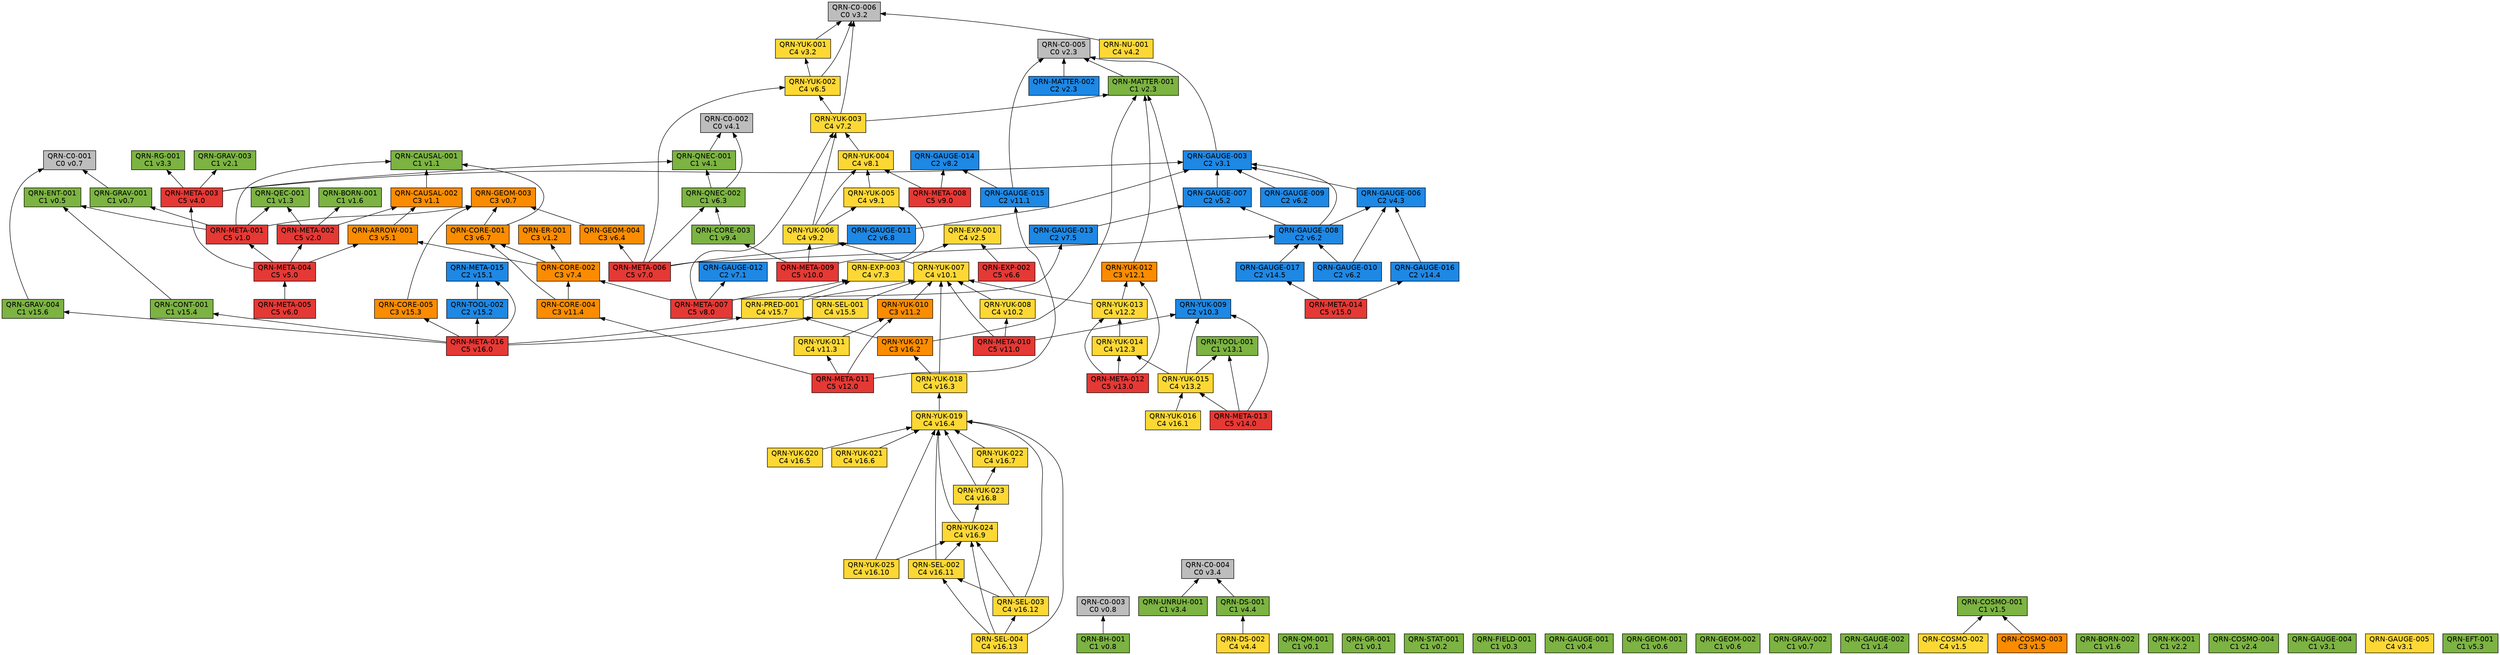
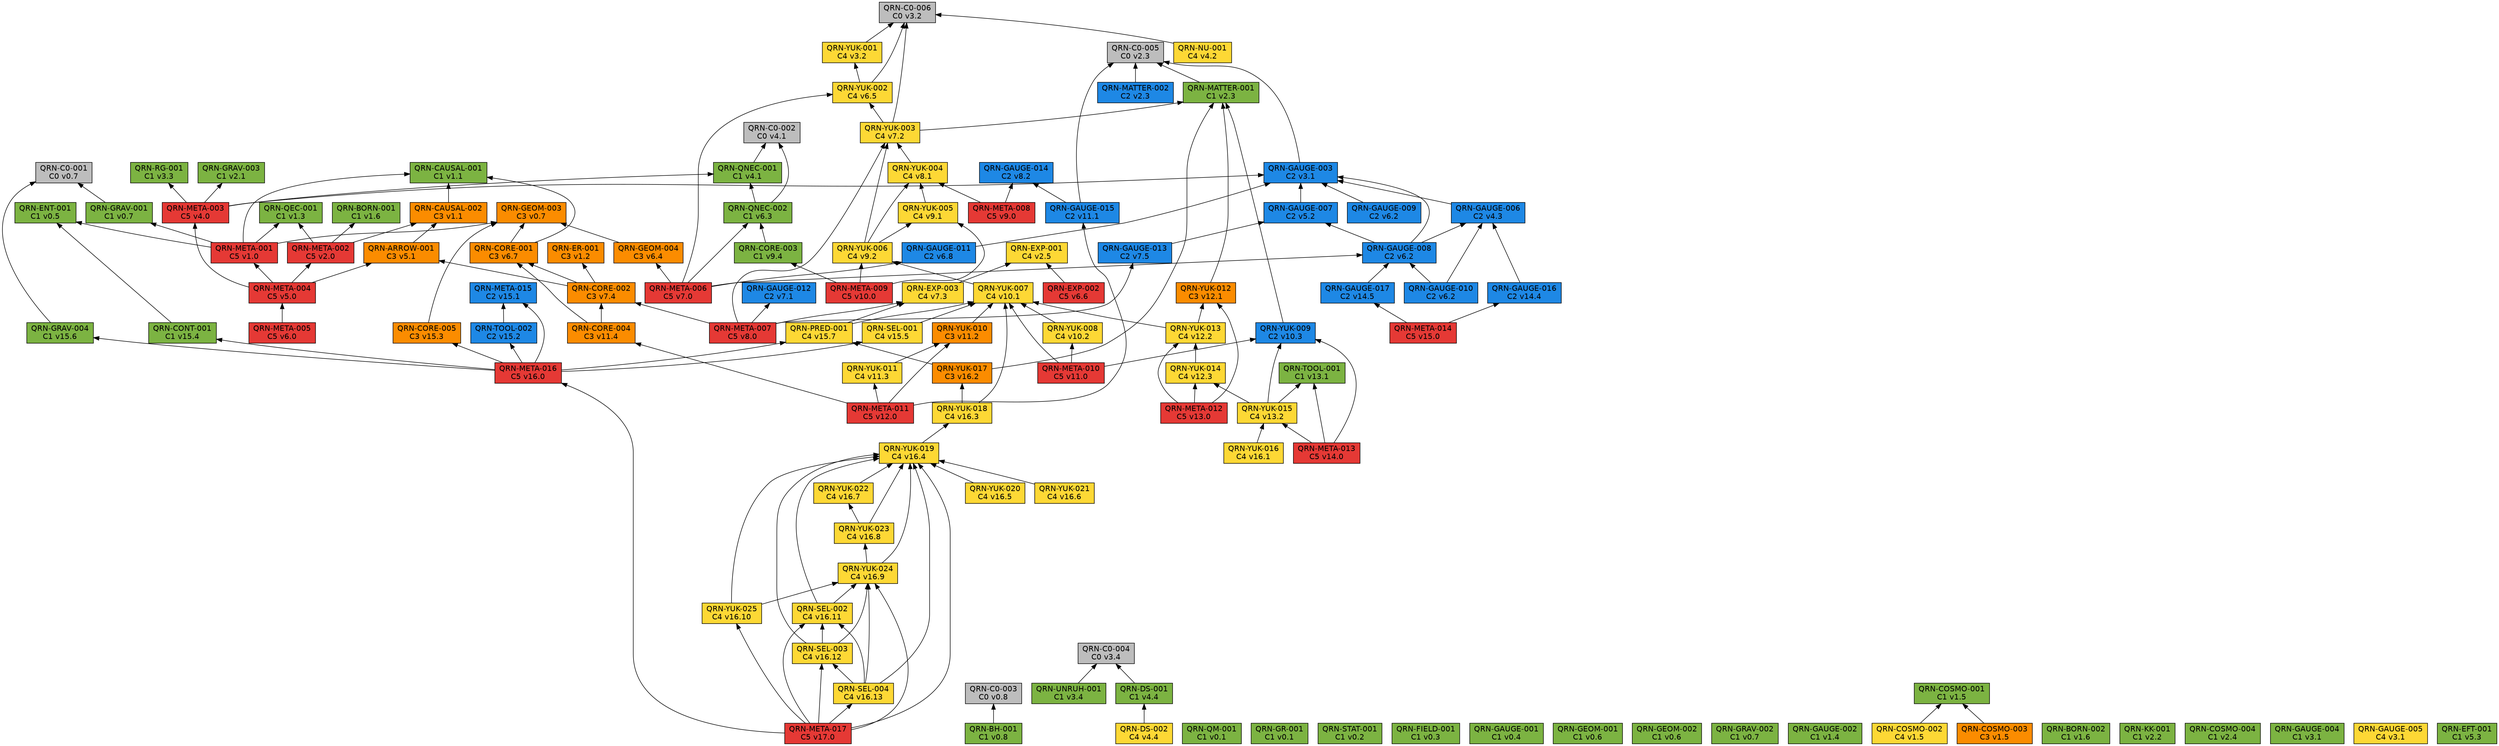
// 自動生成 (dag/report.pl) — QRN 主張依存グラフ
digraph qrn {
  rankdir=BT;
  node [shape=box, style=filled, fontname="Helvetica"];
  "QRN-C0-001" [fillcolor="#bdbdbd", label="QRN-C0-001\nC0 v0.7"];
  "QRN-C0-002" [fillcolor="#bdbdbd", label="QRN-C0-002\nC0 v4.1"];
  "QRN-C0-003" [fillcolor="#bdbdbd", label="QRN-C0-003\nC0 v0.8"];
  "QRN-C0-004" [fillcolor="#bdbdbd", label="QRN-C0-004\nC0 v3.4"];
  "QRN-C0-005" [fillcolor="#bdbdbd", label="QRN-C0-005\nC0 v2.3"];
  "QRN-C0-006" [fillcolor="#bdbdbd", label="QRN-C0-006\nC0 v3.2"];
  "QRN-QM-001" [fillcolor="#7cb342", label="QRN-QM-001\nC1 v0.1"];
  "QRN-GR-001" [fillcolor="#7cb342", label="QRN-GR-001\nC1 v0.1"];
  "QRN-STAT-001" [fillcolor="#7cb342", label="QRN-STAT-001\nC1 v0.2"];
  "QRN-FIELD-001" [fillcolor="#7cb342", label="QRN-FIELD-001\nC1 v0.3"];
  "QRN-GAUGE-001" [fillcolor="#7cb342", label="QRN-GAUGE-001\nC1 v0.4"];
  "QRN-ENT-001" [fillcolor="#7cb342", label="QRN-ENT-001\nC1 v0.5"];
  "QRN-GEOM-001" [fillcolor="#7cb342", label="QRN-GEOM-001\nC1 v0.6"];
  "QRN-GEOM-002" [fillcolor="#7cb342", label="QRN-GEOM-002\nC1 v0.6"];
  "QRN-GEOM-003" [fillcolor="#fb8c00", label="QRN-GEOM-003\nC3 v0.7"];
  "QRN-GRAV-001" [fillcolor="#7cb342", label="QRN-GRAV-001\nC1 v0.7"];
  "QRN-GRAV-002" [fillcolor="#7cb342", label="QRN-GRAV-002\nC1 v0.7"];
  "QRN-BH-001" [fillcolor="#7cb342", label="QRN-BH-001\nC1 v0.8"];
  "QRN-CAUSAL-001" [fillcolor="#7cb342", label="QRN-CAUSAL-001\nC1 v1.1"];
  "QRN-CAUSAL-002" [fillcolor="#fb8c00", label="QRN-CAUSAL-002\nC3 v1.1"];
  "QRN-ER-001" [fillcolor="#fb8c00", label="QRN-ER-001\nC3 v1.2"];
  "QRN-QEC-001" [fillcolor="#7cb342", label="QRN-QEC-001\nC1 v1.3"];
  "QRN-GAUGE-002" [fillcolor="#7cb342", label="QRN-GAUGE-002\nC1 v1.4"];
  "QRN-COSMO-001" [fillcolor="#7cb342", label="QRN-COSMO-001\nC1 v1.5"];
  "QRN-COSMO-002" [fillcolor="#fdd835", label="QRN-COSMO-002\nC4 v1.5"];
  "QRN-COSMO-003" [fillcolor="#fb8c00", label="QRN-COSMO-003\nC3 v1.5"];
  "QRN-BORN-001" [fillcolor="#7cb342", label="QRN-BORN-001\nC1 v1.6"];
  "QRN-BORN-002" [fillcolor="#7cb342", label="QRN-BORN-002\nC1 v1.6"];
  "QRN-GRAV-003" [fillcolor="#7cb342", label="QRN-GRAV-003\nC1 v2.1"];
  "QRN-KK-001" [fillcolor="#7cb342", label="QRN-KK-001\nC1 v2.2"];
  "QRN-MATTER-001" [fillcolor="#7cb342", label="QRN-MATTER-001\nC1 v2.3"];
  "QRN-MATTER-002" [fillcolor="#1e88e5", label="QRN-MATTER-002\nC2 v2.3"];
  "QRN-COSMO-004" [fillcolor="#7cb342", label="QRN-COSMO-004\nC1 v2.4"];
  "QRN-EXP-001" [fillcolor="#fdd835", label="QRN-EXP-001\nC4 v2.5"];
  "QRN-GAUGE-003" [fillcolor="#1e88e5", label="QRN-GAUGE-003\nC2 v3.1"];
  "QRN-GAUGE-004" [fillcolor="#7cb342", label="QRN-GAUGE-004\nC1 v3.1"];
  "QRN-GAUGE-005" [fillcolor="#fdd835", label="QRN-GAUGE-005\nC4 v3.1"];
  "QRN-YUK-001" [fillcolor="#fdd835", label="QRN-YUK-001\nC4 v3.2"];
  "QRN-RG-001" [fillcolor="#7cb342", label="QRN-RG-001\nC1 v3.3"];
  "QRN-UNRUH-001" [fillcolor="#7cb342", label="QRN-UNRUH-001\nC1 v3.4"];
  "QRN-QNEC-001" [fillcolor="#7cb342", label="QRN-QNEC-001\nC1 v4.1"];
  "QRN-NU-001" [fillcolor="#fdd835", label="QRN-NU-001\nC4 v4.2"];
  "QRN-GAUGE-006" [fillcolor="#1e88e5", label="QRN-GAUGE-006\nC2 v4.3"];
  "QRN-DS-001" [fillcolor="#7cb342", label="QRN-DS-001\nC1 v4.4"];
  "QRN-DS-002" [fillcolor="#fdd835", label="QRN-DS-002\nC4 v4.4"];
  "QRN-ARROW-001" [fillcolor="#fb8c00", label="QRN-ARROW-001\nC3 v5.1"];
  "QRN-GAUGE-007" [fillcolor="#1e88e5", label="QRN-GAUGE-007\nC2 v5.2"];
  "QRN-EFT-001" [fillcolor="#7cb342", label="QRN-EFT-001\nC1 v5.3"];
  "QRN-GAUGE-008" [fillcolor="#1e88e5", label="QRN-GAUGE-008\nC2 v6.2"];
  "QRN-GAUGE-009" [fillcolor="#1e88e5", label="QRN-GAUGE-009\nC2 v6.2"];
  "QRN-GAUGE-010" [fillcolor="#1e88e5", label="QRN-GAUGE-010\nC2 v6.2"];
  "QRN-QNEC-002" [fillcolor="#7cb342", label="QRN-QNEC-002\nC1 v6.3"];
  "QRN-GEOM-004" [fillcolor="#fb8c00", label="QRN-GEOM-004\nC3 v6.4"];
  "QRN-YUK-002" [fillcolor="#fdd835", label="QRN-YUK-002\nC4 v6.5"];
  "QRN-EXP-002" [fillcolor="#e53935", label="QRN-EXP-002\nC5 v6.6"];
  "QRN-CORE-001" [fillcolor="#fb8c00", label="QRN-CORE-001\nC3 v6.7"];
  "QRN-GAUGE-011" [fillcolor="#1e88e5", label="QRN-GAUGE-011\nC2 v6.8"];
  "QRN-GAUGE-012" [fillcolor="#1e88e5", label="QRN-GAUGE-012\nC2 v7.1"];
  "QRN-YUK-003" [fillcolor="#fdd835", label="QRN-YUK-003\nC4 v7.2"];
  "QRN-EXP-003" [fillcolor="#fdd835", label="QRN-EXP-003\nC4 v7.3"];
  "QRN-CORE-002" [fillcolor="#fb8c00", label="QRN-CORE-002\nC3 v7.4"];
  "QRN-GAUGE-013" [fillcolor="#1e88e5", label="QRN-GAUGE-013\nC2 v7.5"];
  "QRN-YUK-004" [fillcolor="#fdd835", label="QRN-YUK-004\nC4 v8.1"];
  "QRN-GAUGE-014" [fillcolor="#1e88e5", label="QRN-GAUGE-014\nC2 v8.2"];
  "QRN-META-001" [fillcolor="#e53935", label="QRN-META-001\nC5 v1.0"];
  "QRN-META-002" [fillcolor="#e53935", label="QRN-META-002\nC5 v2.0"];
  "QRN-META-003" [fillcolor="#e53935", label="QRN-META-003\nC5 v4.0"];
  "QRN-META-004" [fillcolor="#e53935", label="QRN-META-004\nC5 v5.0"];
  "QRN-META-005" [fillcolor="#e53935", label="QRN-META-005\nC5 v6.0"];
  "QRN-META-006" [fillcolor="#e53935", label="QRN-META-006\nC5 v7.0"];
  "QRN-META-007" [fillcolor="#e53935", label="QRN-META-007\nC5 v8.0"];
  "QRN-META-008" [fillcolor="#e53935", label="QRN-META-008\nC5 v9.0"];
  "QRN-YUK-005" [fillcolor="#fdd835", label="QRN-YUK-005\nC4 v9.1"];
  "QRN-YUK-006" [fillcolor="#fdd835", label="QRN-YUK-006\nC4 v9.2"];
  "QRN-CORE-003" [fillcolor="#7cb342", label="QRN-CORE-003\nC1 v9.4"];
  "QRN-META-009" [fillcolor="#e53935", label="QRN-META-009\nC5 v10.0"];
  "QRN-YUK-007" [fillcolor="#fdd835", label="QRN-YUK-007\nC4 v10.1"];
  "QRN-YUK-008" [fillcolor="#fdd835", label="QRN-YUK-008\nC4 v10.2"];
  "QRN-YUK-009" [fillcolor="#1e88e5", label="QRN-YUK-009\nC2 v10.3"];
  "QRN-META-010" [fillcolor="#e53935", label="QRN-META-010\nC5 v11.0"];
  "QRN-GAUGE-015" [fillcolor="#1e88e5", label="QRN-GAUGE-015\nC2 v11.1"];
  "QRN-YUK-010" [fillcolor="#fb8c00", label="QRN-YUK-010\nC3 v11.2"];
  "QRN-YUK-011" [fillcolor="#fdd835", label="QRN-YUK-011\nC4 v11.3"];
  "QRN-CORE-004" [fillcolor="#fb8c00", label="QRN-CORE-004\nC3 v11.4"];
  "QRN-META-011" [fillcolor="#e53935", label="QRN-META-011\nC5 v12.0"];
  "QRN-YUK-012" [fillcolor="#fb8c00", label="QRN-YUK-012\nC3 v12.1"];
  "QRN-YUK-013" [fillcolor="#fdd835", label="QRN-YUK-013\nC4 v12.2"];
  "QRN-YUK-014" [fillcolor="#fdd835", label="QRN-YUK-014\nC4 v12.3"];
  "QRN-META-012" [fillcolor="#e53935", label="QRN-META-012\nC5 v13.0"];
  "QRN-TOOL-001" [fillcolor="#7cb342", label="QRN-TOOL-001\nC1 v13.1"];
  "QRN-YUK-015" [fillcolor="#fdd835", label="QRN-YUK-015\nC4 v13.2"];
  "QRN-META-013" [fillcolor="#e53935", label="QRN-META-013\nC5 v14.0"];
  "QRN-GAUGE-016" [fillcolor="#1e88e5", label="QRN-GAUGE-016\nC2 v14.4"];
  "QRN-GAUGE-017" [fillcolor="#1e88e5", label="QRN-GAUGE-017\nC2 v14.5"];
  "QRN-META-014" [fillcolor="#e53935", label="QRN-META-014\nC5 v15.0"];
  "QRN-META-015" [fillcolor="#1e88e5", label="QRN-META-015\nC2 v15.1"];
  "QRN-TOOL-002" [fillcolor="#1e88e5", label="QRN-TOOL-002\nC2 v15.2"];
  "QRN-CORE-005" [fillcolor="#fb8c00", label="QRN-CORE-005\nC3 v15.3"];
  "QRN-CONT-001" [fillcolor="#7cb342", label="QRN-CONT-001\nC1 v15.4"];
  "QRN-SEL-001" [fillcolor="#fdd835", label="QRN-SEL-001\nC4 v15.5"];
  "QRN-GRAV-004" [fillcolor="#7cb342", label="QRN-GRAV-004\nC1 v15.6"];
  "QRN-PRED-001" [fillcolor="#fdd835", label="QRN-PRED-001\nC4 v15.7"];
  "QRN-META-016" [fillcolor="#e53935", label="QRN-META-016\nC5 v16.0"];
  "QRN-YUK-016" [fillcolor="#fdd835", label="QRN-YUK-016\nC4 v16.1"];
  "QRN-YUK-017" [fillcolor="#fb8c00", label="QRN-YUK-017\nC3 v16.2"];
  "QRN-YUK-018" [fillcolor="#fdd835", label="QRN-YUK-018\nC4 v16.3"];
  "QRN-YUK-019" [fillcolor="#fdd835", label="QRN-YUK-019\nC4 v16.4"];
  "QRN-YUK-020" [fillcolor="#fdd835", label="QRN-YUK-020\nC4 v16.5"];
  "QRN-YUK-021" [fillcolor="#fdd835", label="QRN-YUK-021\nC4 v16.6"];
  "QRN-YUK-022" [fillcolor="#fdd835", label="QRN-YUK-022\nC4 v16.7"];
  "QRN-YUK-023" [fillcolor="#fdd835", label="QRN-YUK-023\nC4 v16.8"];
  "QRN-YUK-024" [fillcolor="#fdd835", label="QRN-YUK-024\nC4 v16.9"];
  "QRN-YUK-025" [fillcolor="#fdd835", label="QRN-YUK-025\nC4 v16.10"];
  "QRN-SEL-002" [fillcolor="#fdd835", label="QRN-SEL-002\nC4 v16.11"];
  "QRN-SEL-003" [fillcolor="#fdd835", label="QRN-SEL-003\nC4 v16.12"];
  "QRN-SEL-004" [fillcolor="#fdd835", label="QRN-SEL-004\nC4 v16.13"];
+   "QRN-META-017" [fillcolor="#e53935", label="QRN-META-017\nC5 v17.0"];
  "QRN-GRAV-001" -> "QRN-C0-001";
  "QRN-BH-001" -> "QRN-C0-003";
  "QRN-CAUSAL-002" -> "QRN-CAUSAL-001";
  "QRN-COSMO-002" -> "QRN-COSMO-001";
  "QRN-COSMO-003" -> "QRN-COSMO-001";
  "QRN-MATTER-001" -> "QRN-C0-005";
  "QRN-MATTER-002" -> "QRN-C0-005";
  "QRN-GAUGE-003" -> "QRN-C0-005";
  "QRN-YUK-001" -> "QRN-C0-006";
  "QRN-UNRUH-001" -> "QRN-C0-004";
  "QRN-QNEC-001" -> "QRN-C0-002";
  "QRN-NU-001" -> "QRN-C0-006";
  "QRN-GAUGE-006" -> "QRN-GAUGE-003";
  "QRN-DS-001" -> "QRN-C0-004";
  "QRN-DS-002" -> "QRN-DS-001";
  "QRN-ARROW-001" -> "QRN-CAUSAL-002";
  "QRN-GAUGE-007" -> "QRN-GAUGE-003";
  "QRN-GAUGE-008" -> "QRN-GAUGE-003";
  "QRN-GAUGE-008" -> "QRN-GAUGE-006";
  "QRN-GAUGE-008" -> "QRN-GAUGE-007";
  "QRN-GAUGE-009" -> "QRN-GAUGE-003";
  "QRN-GAUGE-010" -> "QRN-GAUGE-006";
  "QRN-GAUGE-010" -> "QRN-GAUGE-008";
  "QRN-QNEC-002" -> "QRN-C0-002";
  "QRN-QNEC-002" -> "QRN-QNEC-001";
  "QRN-GEOM-004" -> "QRN-GEOM-003";
  "QRN-YUK-002" -> "QRN-C0-006";
  "QRN-YUK-002" -> "QRN-YUK-001";
  "QRN-EXP-002" -> "QRN-EXP-001";
  "QRN-CORE-001" -> "QRN-GEOM-003";
  "QRN-CORE-001" -> "QRN-CAUSAL-001";
  "QRN-GAUGE-011" -> "QRN-GAUGE-003";
  "QRN-YUK-003" -> "QRN-C0-006";
  "QRN-YUK-003" -> "QRN-MATTER-001";
  "QRN-YUK-003" -> "QRN-YUK-002";
  "QRN-EXP-003" -> "QRN-EXP-001";
  "QRN-CORE-002" -> "QRN-CORE-001";
  "QRN-CORE-002" -> "QRN-ER-001";
  "QRN-CORE-002" -> "QRN-ARROW-001";
  "QRN-GAUGE-013" -> "QRN-GAUGE-007";
  "QRN-YUK-004" -> "QRN-YUK-003";
  "QRN-META-001" -> "QRN-GEOM-003";
  "QRN-META-001" -> "QRN-GRAV-001";
  "QRN-META-001" -> "QRN-CAUSAL-001";
  "QRN-META-001" -> "QRN-QEC-001";
  "QRN-META-001" -> "QRN-ENT-001";
  "QRN-META-002" -> "QRN-QEC-001";
  "QRN-META-002" -> "QRN-BORN-001";
  "QRN-META-002" -> "QRN-CAUSAL-002";
  "QRN-META-003" -> "QRN-GAUGE-003";
  "QRN-META-003" -> "QRN-RG-001";
  "QRN-META-003" -> "QRN-QNEC-001";
  "QRN-META-003" -> "QRN-GRAV-003";
  "QRN-META-004" -> "QRN-META-001";
  "QRN-META-004" -> "QRN-META-002";
  "QRN-META-004" -> "QRN-META-003";
  "QRN-META-004" -> "QRN-ARROW-001";
  "QRN-META-005" -> "QRN-META-004";
  "QRN-META-006" -> "QRN-GAUGE-008";
  "QRN-META-006" -> "QRN-QNEC-002";
  "QRN-META-006" -> "QRN-GEOM-004";
  "QRN-META-006" -> "QRN-YUK-002";
  "QRN-META-006" -> "QRN-GAUGE-011";
  "QRN-META-007" -> "QRN-GAUGE-012";
  "QRN-META-007" -> "QRN-YUK-003";
  "QRN-META-007" -> "QRN-EXP-003";
  "QRN-META-007" -> "QRN-CORE-002";
  "QRN-META-007" -> "QRN-GAUGE-013";
  "QRN-META-008" -> "QRN-YUK-004";
  "QRN-META-008" -> "QRN-GAUGE-014";
  "QRN-YUK-005" -> "QRN-YUK-004";
  "QRN-YUK-006" -> "QRN-YUK-003";
  "QRN-YUK-006" -> "QRN-YUK-004";
  "QRN-YUK-006" -> "QRN-YUK-005";
  "QRN-CORE-003" -> "QRN-QNEC-002";
  "QRN-META-009" -> "QRN-YUK-005";
  "QRN-META-009" -> "QRN-YUK-006";
  "QRN-META-009" -> "QRN-CORE-003";
  "QRN-YUK-007" -> "QRN-YUK-006";
  "QRN-YUK-008" -> "QRN-YUK-007";
  "QRN-YUK-009" -> "QRN-MATTER-001";
  "QRN-META-010" -> "QRN-YUK-007";
  "QRN-META-010" -> "QRN-YUK-008";
  "QRN-META-010" -> "QRN-YUK-009";
  "QRN-GAUGE-015" -> "QRN-C0-005";
  "QRN-GAUGE-015" -> "QRN-GAUGE-014";
  "QRN-YUK-010" -> "QRN-YUK-007";
  "QRN-YUK-011" -> "QRN-YUK-010";
  "QRN-CORE-004" -> "QRN-CORE-001";
  "QRN-CORE-004" -> "QRN-CORE-002";
  "QRN-META-011" -> "QRN-GAUGE-015";
  "QRN-META-011" -> "QRN-YUK-010";
  "QRN-META-011" -> "QRN-YUK-011";
  "QRN-META-011" -> "QRN-CORE-004";
  "QRN-YUK-012" -> "QRN-MATTER-001";
  "QRN-YUK-013" -> "QRN-YUK-012";
  "QRN-YUK-013" -> "QRN-YUK-007";
  "QRN-YUK-014" -> "QRN-YUK-013";
  "QRN-META-012" -> "QRN-YUK-012";
  "QRN-META-012" -> "QRN-YUK-013";
  "QRN-META-012" -> "QRN-YUK-014";
  "QRN-YUK-015" -> "QRN-YUK-014";
  "QRN-YUK-015" -> "QRN-TOOL-001";
  "QRN-YUK-015" -> "QRN-YUK-009";
  "QRN-META-013" -> "QRN-YUK-015";
  "QRN-META-013" -> "QRN-TOOL-001";
  "QRN-META-013" -> "QRN-YUK-009";
  "QRN-GAUGE-016" -> "QRN-GAUGE-006";
  "QRN-GAUGE-017" -> "QRN-GAUGE-008";
  "QRN-META-014" -> "QRN-GAUGE-016";
  "QRN-META-014" -> "QRN-GAUGE-017";
  "QRN-TOOL-002" -> "QRN-META-015";
  "QRN-CORE-005" -> "QRN-GEOM-003";
  "QRN-CONT-001" -> "QRN-ENT-001";
  "QRN-SEL-001" -> "QRN-YUK-007";
  "QRN-GRAV-004" -> "QRN-C0-001";
  "QRN-PRED-001" -> "QRN-YUK-007";
  "QRN-PRED-001" -> "QRN-EXP-003";
  "QRN-META-016" -> "QRN-META-015";
  "QRN-META-016" -> "QRN-TOOL-002";
  "QRN-META-016" -> "QRN-CORE-005";
  "QRN-META-016" -> "QRN-CONT-001";
  "QRN-META-016" -> "QRN-SEL-001";
  "QRN-META-016" -> "QRN-GRAV-004";
  "QRN-META-016" -> "QRN-PRED-001";
  "QRN-YUK-016" -> "QRN-YUK-015";
  "QRN-YUK-017" -> "QRN-MATTER-001";
  "QRN-YUK-017" -> "QRN-PRED-001";
  "QRN-YUK-018" -> "QRN-YUK-017";
  "QRN-YUK-018" -> "QRN-YUK-007";
  "QRN-YUK-019" -> "QRN-YUK-018";
  "QRN-YUK-020" -> "QRN-YUK-019";
  "QRN-YUK-021" -> "QRN-YUK-019";
  "QRN-YUK-022" -> "QRN-YUK-019";
  "QRN-YUK-023" -> "QRN-YUK-019";
  "QRN-YUK-023" -> "QRN-YUK-022";
  "QRN-YUK-024" -> "QRN-YUK-019";
  "QRN-YUK-024" -> "QRN-YUK-023";
  "QRN-YUK-025" -> "QRN-YUK-019";
  "QRN-YUK-025" -> "QRN-YUK-024";
  "QRN-SEL-002" -> "QRN-YUK-019";
  "QRN-SEL-002" -> "QRN-YUK-024";
  "QRN-SEL-003" -> "QRN-YUK-019";
  "QRN-SEL-003" -> "QRN-YUK-024";
  "QRN-SEL-003" -> "QRN-SEL-002";
  "QRN-SEL-004" -> "QRN-YUK-019";
  "QRN-SEL-004" -> "QRN-YUK-024";
  "QRN-SEL-004" -> "QRN-SEL-002";
  "QRN-SEL-004" -> "QRN-SEL-003";
+   "QRN-META-017" -> "QRN-META-016";
+   "QRN-META-017" -> "QRN-YUK-019";
+   "QRN-META-017" -> "QRN-YUK-024";
+   "QRN-META-017" -> "QRN-YUK-025";
+   "QRN-META-017" -> "QRN-SEL-002";
+   "QRN-META-017" -> "QRN-SEL-003";
+   "QRN-META-017" -> "QRN-SEL-004";
}
